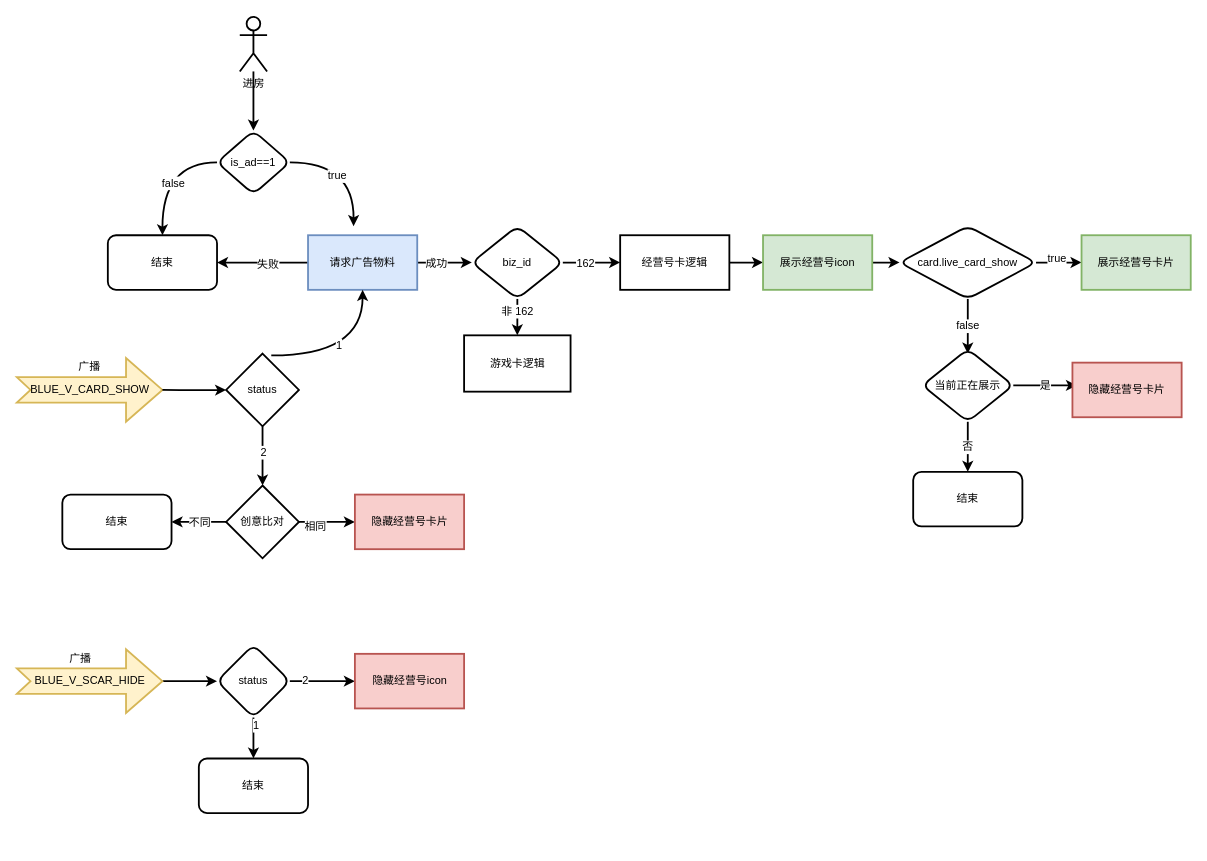
Earlier version of the draw.io diagram 直播广告卡片 icon展示逻辑.drawio (windherd/draw.io). Source tidied: cells renumbered, new cells numbered last; positions are measured from the earlier drawing's top-left corner, leaving out a move shared by most shapes. Both pictures are drawn from the tidied source at 91%, with x=0, y=0 at pixel (16, 16).
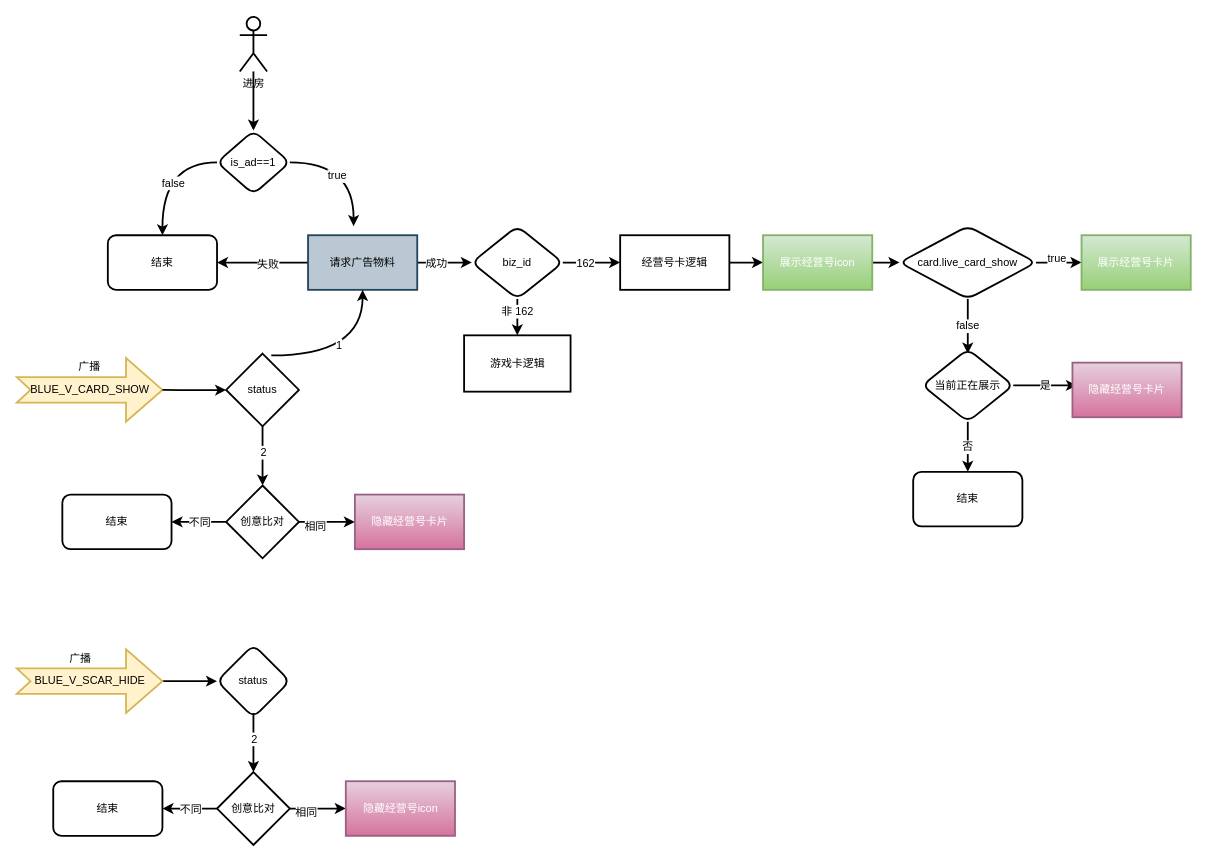
After the change.

Commit message:
更新直播广告卡片 icon展示逻辑.drawio

The change refers to these unchanged cells:
```xml
<mxCell id="49" value="status" style="rhombus;whiteSpace=wrap;html=1;shadow=0;dashed=0;rounded=1;strokeWidth=2;" parent="1" vertex="1">
  <mxGeometry x="220" y="690" width="80" height="80" as="geometry" />
</mxCell>
<mxCell id="52" value="结束" style="whiteSpace=wrap;html=1;rounded=1;strokeWidth=2;" parent="1" vertex="1">
  <mxGeometry x="985" y="500" width="120" height="60" as="geometry" />
</mxCell>
```

Diff of the diagram source:
```diff
@@
-    <mxCell id="14" value="请求广告物料" style="rounded=0;whiteSpace=wrap;html=1;strokeColor=#6c8ebf;strokeWidth=2;align=center;verticalAlign=middle;fontFamily=Helvetica;fontSize=12;fillColor=#dae8fc;" parent="1" vertex="1">
+    <mxCell id="14" value="请求广告物料" style="rounded=0;whiteSpace=wrap;html=1;strokeColor=#23445d;strokeWidth=2;align=center;verticalAlign=middle;fontFamily=Helvetica;fontSize=12;fillColor=#bac8d3;" parent="1" vertex="1">
       <mxGeometry x="320" y="240" width="120" height="60" as="geometry" />
     </mxCell>
@@
-    <mxCell id="25" value="展示经营号卡片" style="whiteSpace=wrap;html=1;rounded=0;strokeWidth=2;fillColor=#d5e8d4;strokeColor=#82b366;" parent="1" vertex="1">
+    <mxCell id="25" value="&lt;font color=&quot;#ffffff&quot;&gt;展示经营号卡片&lt;/font&gt;" style="whiteSpace=wrap;html=1;rounded=0;strokeWidth=2;fillColor=#d5e8d4;strokeColor=#82b366;gradientColor=#97d077;" parent="1" vertex="1">
       <mxGeometry x="1170" y="240" width="120" height="60" as="geometry" />
     </mxCell>
@@
-    <mxCell id="29" value="展示经营号icon" style="whiteSpace=wrap;html=1;rounded=0;strokeWidth=2;fillColor=#d5e8d4;strokeColor=#82b366;" parent="1" vertex="1">
+    <mxCell id="29" value="&lt;font color=&quot;#ffffff&quot;&gt;展示经营号icon&lt;/font&gt;" style="whiteSpace=wrap;html=1;rounded=0;strokeWidth=2;fillColor=#d5e8d4;strokeColor=#82b366;gradientColor=#97d077;" parent="1" vertex="1">
       <mxGeometry x="820" y="240" width="120" height="60" as="geometry" />
     </mxCell>
@@
-    <mxCell id="43" value="隐藏经营号卡片" style="whiteSpace=wrap;html=1;rounded=0;strokeWidth=2;fillColor=#f8cecc;strokeColor=#b85450;" parent="1" vertex="1">
+    <mxCell id="43" value="&lt;font color=&quot;#ffffff&quot;&gt;隐藏经营号卡片&lt;/font&gt;" style="whiteSpace=wrap;html=1;rounded=0;strokeWidth=2;fillColor=#e6d0de;strokeColor=#996185;gradientColor=#d5739d;" parent="1" vertex="1">
       <mxGeometry x="371.5" y="525" width="120" height="60" as="geometry" />
     </mxCell>
@@
-    <mxCell id="45" style="edgeStyle=orthogonalEdgeStyle;shape=connector;curved=1;rounded=0;jettySize=auto;html=1;labelBackgroundColor=default;strokeColor=default;strokeWidth=2;align=center;verticalAlign=middle;fontFamily=Helvetica;fontSize=12;fontColor=default;endArrow=classic;" parent="1" edge="1" source="49" target="50">
-      <mxGeometry relative="1" as="geometry" />
-    </mxCell>
-    <mxCell id="46" value="2" style="edgeLabel;html=1;align=center;verticalAlign=middle;fontSize=12;fontFamily=Helvetica;fontColor=default;" parent="45" vertex="1">
-      <mxGeometry x="-0.54" y="1" relative="1" as="geometry" />
-    </mxCell>
-    <mxCell id="47" style="edgeStyle=orthogonalEdgeStyle;shape=connector;curved=1;rounded=0;jettySize=auto;html=1;labelBackgroundColor=default;strokeColor=default;strokeWidth=2;align=center;verticalAlign=middle;fontFamily=Helvetica;fontSize=12;fontColor=default;endArrow=classic;" parent="1" edge="1" source="49" target="51">
-      <mxGeometry relative="1" as="geometry" />
-    </mxCell>
-    <mxCell id="48" value="1" style="edgeLabel;html=1;align=center;verticalAlign=middle;fontSize=12;fontFamily=Helvetica;fontColor=default;" parent="47" vertex="1">
-      <mxGeometry x="-0.58" y="3" relative="1" as="geometry">
-        <mxPoint x="-1" y="-1" as="offset" />
-      </mxGeometry>
-    </mxCell>
@@
-    <mxCell id="50" value="隐藏经营号icon" style="whiteSpace=wrap;html=1;shadow=0;dashed=0;rounded=0;strokeWidth=2;fillColor=#f8cecc;strokeColor=#b85450;" parent="1" vertex="1">
-      <mxGeometry x="371.5" y="700" width="120" height="60" as="geometry" />
-    </mxCell>
-    <mxCell id="51" value="结束" style="whiteSpace=wrap;html=1;shadow=0;dashed=0;rounded=1;strokeWidth=2;" parent="1" vertex="1">
-      <mxGeometry x="200" y="815" width="120" height="60" as="geometry" />
-    </mxCell>
@@
-    <mxCell id="56" style="edgeStyle=orthogonalEdgeStyle;shape=connector;curved=1;rounded=0;orthogonalLoop=1;jettySize=auto;html=1;exitX=0.5;exitY=1;exitDx=0;exitDy=0;labelBackgroundColor=default;strokeColor=default;strokeWidth=2;align=center;verticalAlign=middle;fontFamily=Helvetica;fontSize=12;fontColor=default;endArrow=classic;" parent="1" edge="1" source="52" target="52">
-      <mxGeometry relative="1" as="geometry" />
+    <mxCell id="56" style="edgeStyle=orthogonalEdgeStyle;shape=connector;curved=1;rounded=0;orthogonalLoop=1;jettySize=auto;html=1;exitX=0.5;exitY=1;exitDx=0;exitDy=0;labelBackgroundColor=default;strokeColor=default;strokeWidth=2;align=center;verticalAlign=middle;fontFamily=Helvetica;fontSize=12;fontColor=default;endArrow=classic;" parent="1" edge="1">
+      <mxGeometry relative="1" as="geometry">
+        <mxPoint x="490.3" y="770" as="sourcePoint" />
+        <mxPoint x="490.3" y="770" as="targetPoint" />
+      </mxGeometry>
     </mxCell>
-    <mxCell id="57" value="隐藏经营号卡片" style="whiteSpace=wrap;html=1;rounded=0;strokeWidth=2;fillColor=#f8cecc;strokeColor=#b85450;" parent="1" vertex="1">
+    <mxCell id="57" value="&lt;font color=&quot;#ffffff&quot;&gt;隐藏经营号卡片&lt;/font&gt;" style="whiteSpace=wrap;html=1;rounded=0;strokeWidth=2;fillColor=#e6d0de;strokeColor=#996185;gradientColor=#d5739d;" parent="1" vertex="1">
       <mxGeometry x="1160" y="380" width="120" height="60" as="geometry" />
     </mxCell>
@@
+    <mxCell id="60" style="edgeStyle=orthogonalEdgeStyle;shape=connector;curved=1;rounded=0;orthogonalLoop=1;jettySize=auto;html=1;labelBackgroundColor=default;strokeColor=default;strokeWidth=2;align=center;verticalAlign=middle;fontFamily=Helvetica;fontSize=12;fontColor=default;endArrow=classic;" parent="1" edge="1">
+      <mxGeometry relative="1" as="geometry">
+        <mxPoint x="260" y="765" as="sourcePoint" />
+        <mxPoint x="260" y="830" as="targetPoint" />
+      </mxGeometry>
+    </mxCell>
+    <mxCell id="46" value="2" style="edgeLabel;html=1;align=center;verticalAlign=middle;fontSize=12;fontFamily=Helvetica;fontColor=default;" parent="60" vertex="1">
+      <mxGeometry x="-0.13" relative="1" as="geometry" />
+    </mxCell>
+    <mxCell id="61" style="edgeStyle=orthogonalEdgeStyle;shape=connector;curved=1;rounded=0;jettySize=auto;html=1;labelBackgroundColor=default;strokeColor=default;strokeWidth=2;align=center;verticalAlign=middle;fontFamily=Helvetica;fontSize=12;fontColor=default;endArrow=classic;" parent="1" edge="1" source="64" target="50">
+      <mxGeometry relative="1" as="geometry" />
+    </mxCell>
+    <mxCell id="62" value="相同" style="edgeLabel;html=1;align=center;verticalAlign=middle;fontSize=12;fontFamily=Helvetica;fontColor=default;" parent="61" vertex="1">
+      <mxGeometry x="-0.45" y="-4" relative="1" as="geometry" />
+    </mxCell>
+    <mxCell id="63" value="不同" style="edgeStyle=orthogonalEdgeStyle;shape=connector;curved=1;rounded=0;jettySize=auto;html=1;labelBackgroundColor=default;strokeColor=default;strokeWidth=2;align=center;verticalAlign=middle;fontFamily=Helvetica;fontSize=12;fontColor=default;endArrow=classic;" parent="1" edge="1" source="64">
+      <mxGeometry relative="1" as="geometry">
+        <mxPoint x="160" y="870" as="targetPoint" />
+      </mxGeometry>
+    </mxCell>
+    <mxCell id="64" value="创意比对" style="rhombus;whiteSpace=wrap;html=1;rounded=0;strokeWidth=2;" parent="1" vertex="1">
+      <mxGeometry x="220" y="830" width="80" height="80" as="geometry" />
+    </mxCell>
+    <mxCell id="50" value="&lt;font color=&quot;#ffffff&quot;&gt;隐藏经营号icon&lt;/font&gt;" style="whiteSpace=wrap;html=1;rounded=0;strokeWidth=2;fillColor=#e6d0de;strokeColor=#996185;gradientColor=#d5739d;" parent="1" vertex="1">
+      <mxGeometry x="361.5" y="840" width="120" height="60" as="geometry" />
+    </mxCell>
+    <mxCell id="51" value="结束" style="rounded=1;whiteSpace=wrap;html=1;strokeColor=default;strokeWidth=2;align=center;verticalAlign=middle;fontFamily=Helvetica;fontSize=12;fontColor=default;fillColor=default;" parent="1" vertex="1">
+      <mxGeometry x="40" y="840" width="120" height="60" as="geometry" />
+    </mxCell>
```
